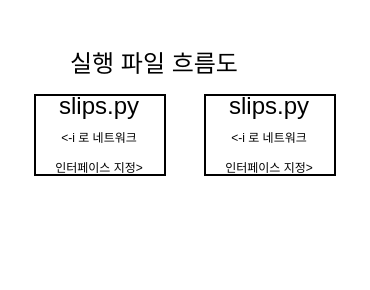
Before: Slips/slips.drawio in NeatyNut/Diagram, a draw.io diagram. Source tidied: cells renumbered, new cells numbered last; positions are measured from the earlier drawing's top-left corner, leaving out a move shared by most shapes. Both pictures are drawn from the tidied source at 200%, with x=0, y=0 at pixel (34, 34).
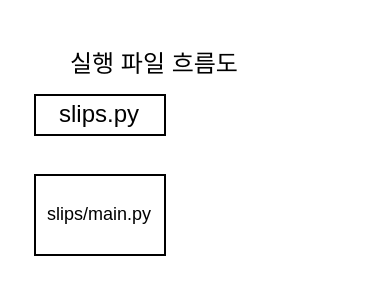
The same diagram, later.

What changed in the source:
```diff
@@
 <mxGraphModel>
   <root>
     <mxCell id="0" />
     <mxCell id="1" parent="0" />
     <mxCell id="2" value="실행 파일 흐름도" style="text;html=1;align=center;verticalAlign=middle;whiteSpace=wrap;rounded=0;" parent="1" vertex="1">
       <mxGeometry x="5" width="110" height="30" as="geometry" />
     </mxCell>
-    <mxCell id="3" value="slips.py&lt;div&gt;&lt;font style=&quot;font-size: 6px;&quot;&gt;&amp;lt;-i 로 네트워크&lt;/font&gt;&lt;/div&gt;&lt;div&gt;&lt;font style=&quot;font-size: 6px;&quot;&gt;인터페이스 지정&amp;gt;&lt;/font&gt;&lt;/div&gt;" style="rounded=0;html=1;whiteSpace=wrap;" parent="1" vertex="1">
-      <mxGeometry y="30" width="65" height="40" as="geometry" />
+    <mxCell id="3" value="slips.py" style="rounded=0;html=1;whiteSpace=wrap;" parent="1" vertex="1">
+      <mxGeometry y="30" width="65" height="20" as="geometry" />
     </mxCell>
-    <mxCell id="4" value="slips.py&lt;div&gt;&lt;font style=&quot;font-size: 6px;&quot;&gt;&amp;lt;-i 로 네트워크&lt;/font&gt;&lt;/div&gt;&lt;div&gt;&lt;font style=&quot;font-size: 6px;&quot;&gt;인터페이스 지정&amp;gt;&lt;/font&gt;&lt;/div&gt;" style="rounded=0;html=1;whiteSpace=wrap;" parent="1" vertex="1">
-      <mxGeometry x="85" y="30" width="65" height="40" as="geometry" />
+    <mxCell id="4" value="slips/main.py" style="rounded=0;html=1;whiteSpace=wrap;fontSize=9;" parent="1" vertex="1">
+      <mxGeometry y="70" width="65" height="40" as="geometry" />
     </mxCell>
   </root>
 </mxGraphModel>
```
